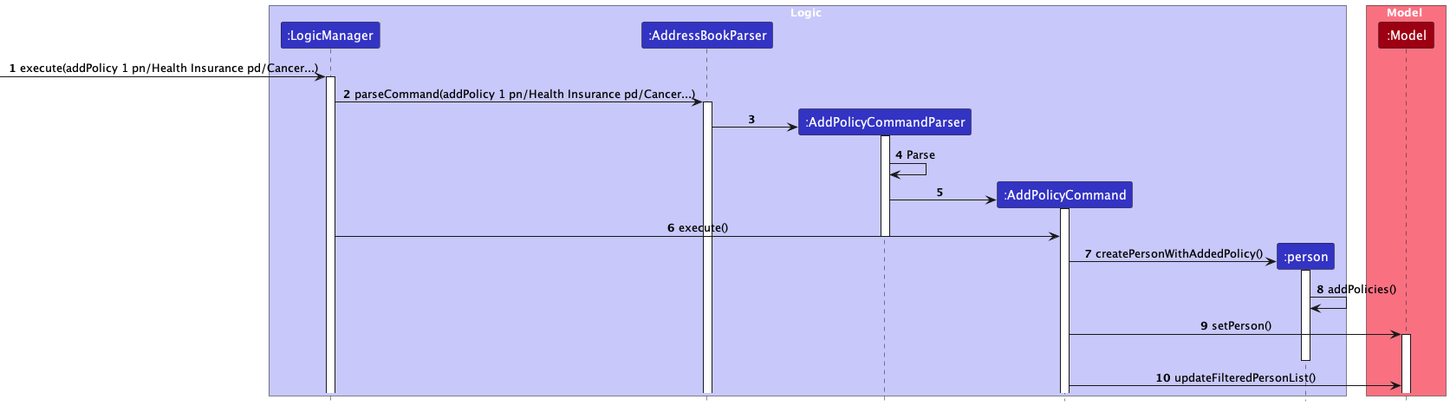
The PlantUML diagram diagrams/AddPolicySequenceDiagram.png in AY2324S1-CS2103-W14-1/tp, before a commit.
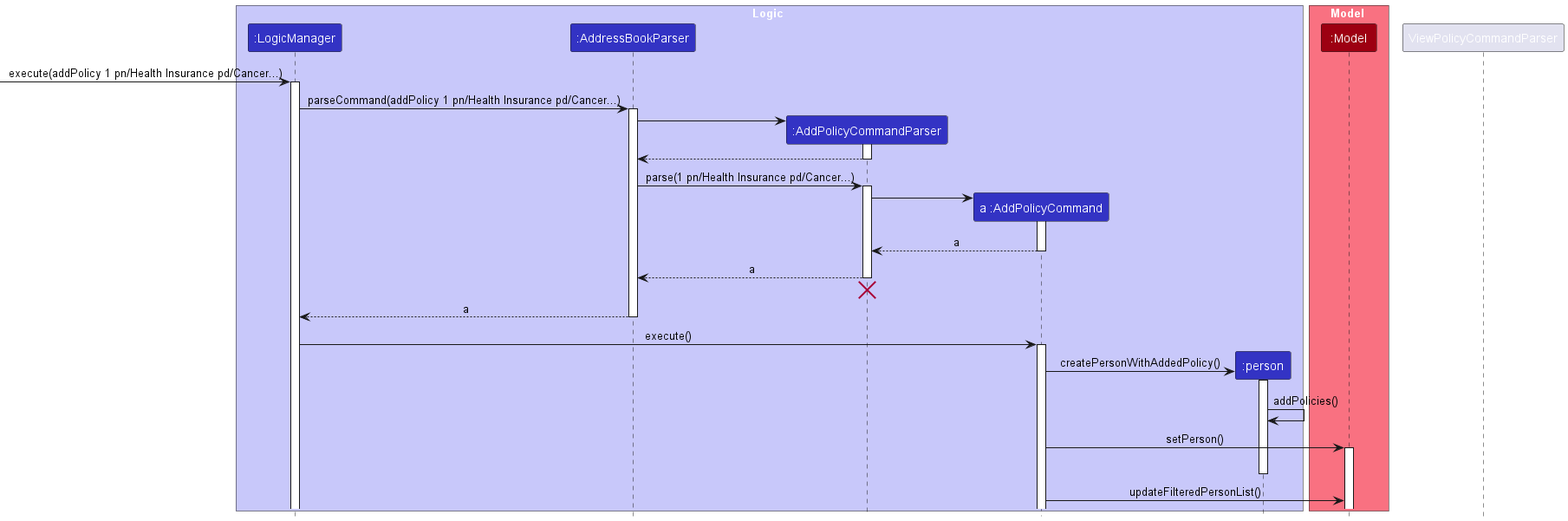
After the commit.

Diff of the diagram source:
```diff
@@ -6,7 +6,7 @@
 participant ":LogicManager" as LogicManager LOGIC_COLOR
 participant ":AddressBookParser" as AddressBookParser LOGIC_COLOR
 participant ":AddPolicyCommandParser" as AddPolicyCommandParser LOGIC_COLOR
-participant ":AddPolicyCommand" as AddPolicyCommand LOGIC_COLOR
+participant "a :AddPolicyCommand" as AddPolicyCommand LOGIC_COLOR
 participant ":person" as Person LOGIC_COLOR
 end box
 
@@ -14,7 +14,6 @@
 participant ":Model" as Model MODEL_COLOR
 end box
 
-autonumber
 [->LogicManager : execute(addPolicy 1 pn/Health Insurance pd/Cancer...)
 activate LogicManager
 
@@ -25,13 +24,28 @@
 AddressBookParser -> AddPolicyCommandParser:
 activate AddPolicyCommandParser
 
-AddPolicyCommandParser -> AddPolicyCommandParser : Parse
+AddPolicyCommandParser --> AddressBookParser
+deactivate AddPolicyCommandParser
+
+AddressBookParser -> AddPolicyCommandParser : parse(1 pn/Health Insurance pd/Cancer...)
+activate AddPolicyCommandParser
 
 create AddPolicyCommand
 AddPolicyCommandParser -> AddPolicyCommand
 activate AddPolicyCommand
+AddPolicyCommand --> AddPolicyCommandParser: a
+deactivate AddPolicyCommand
+
+AddPolicyCommandParser --> AddressBookParser : a
+deactivate AddPolicyCommandParser
+ViewPolicyCommandParser -[hidden]-> AddressBookParser
+destroy AddPolicyCommandParser
+
+AddressBookParser --> LogicManager : a
+deactivate AddressBookParser
+
 LogicManager -> AddPolicyCommand : execute()
-deactivate AddPolicyCommandParser
+activate AddPolicyCommand
 
 create Person
 AddPolicyCommand -> Person : createPersonWithAddedPolicy()
@@ -42,5 +56,4 @@
 activate Model
 deactivate Person
 AddPolicyCommand -> Model : updateFilteredPersonList()
-
 @enduml
```
